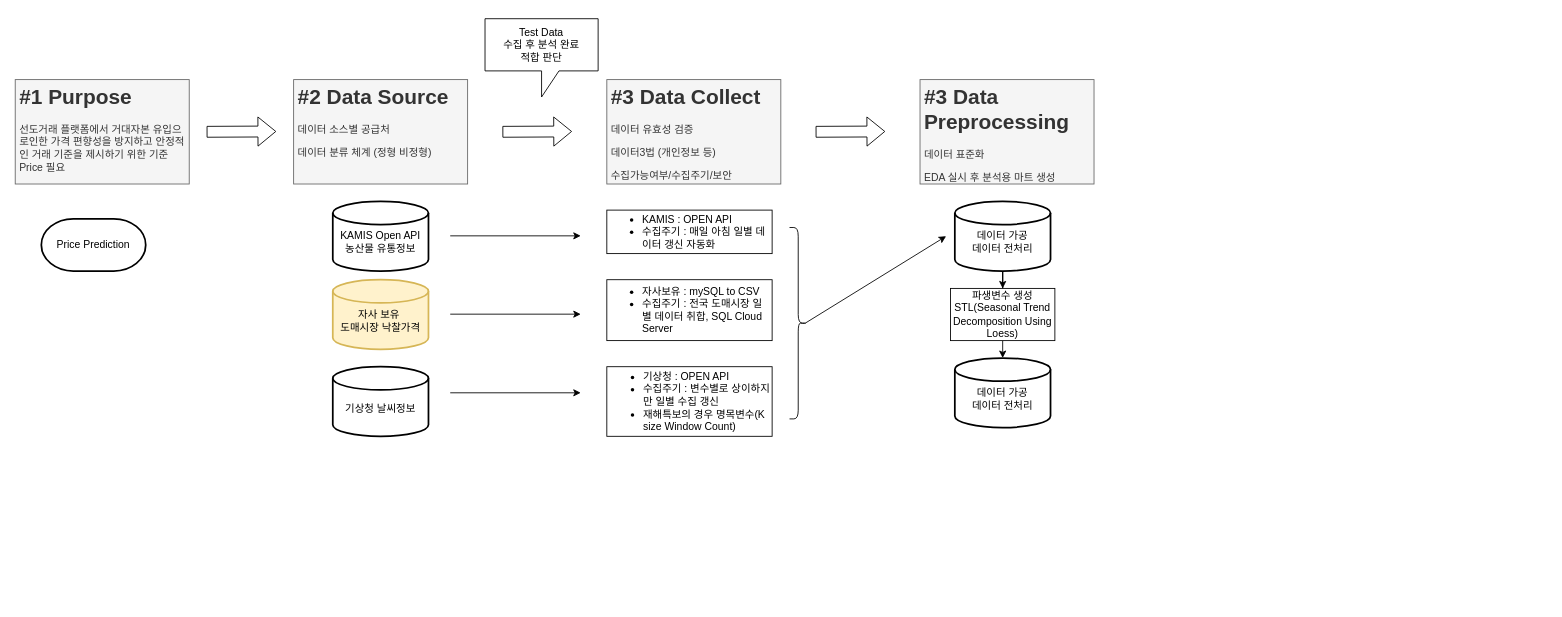
Earlier version of the draw.io diagram Untitled Diagram.drawio (goldpu/Flowchart-collection). Source tidied: cells renumbered, new cells numbered last; positions are measured from the earlier drawing's top-left corner, leaving out a move shared by most shapes. Both pictures are drawn from the tidied source at 87%, with x=0, y=0 at pixel (15, 18).
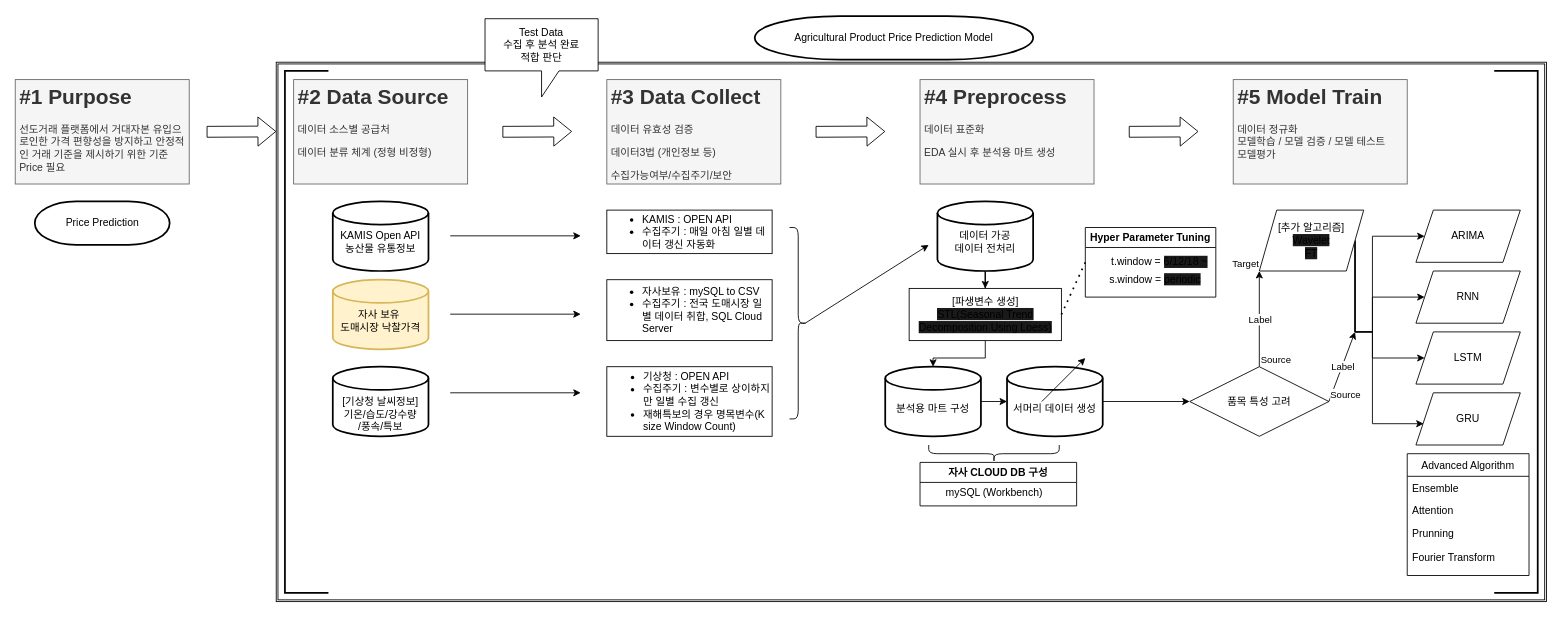
After the change.

The change refers to these unchanged cells:
```xml
<mxCell id="22" style="shape=curlyBracket;whiteSpace=wrap;html=1;rounded=1;flipH=1;" parent="1" vertex="1">
  <mxGeometry x="890" y="240" width="20" height="220" as="geometry" />
</mxCell>
```

Diff of the diagram source:
```diff
@@
+    <mxCell id="27" style="shape=ext;double=1;rounded=0;whiteSpace=wrap;html=1;" parent="1" vertex="1">
+      <mxGeometry x="300" y="50" width="1460" height="620" as="geometry" />
+    </mxCell>
-    <mxCell id="2" value="Price Prediction" style="strokeWidth=2;html=1;shape=mxgraph.flowchart.terminator;whiteSpace=wrap;" parent="1" vertex="1">
-      <mxGeometry x="30" y="230" width="120" height="60" as="geometry" />
+    <mxCell id="2" value="Agricultural Product Price Prediction Model" style="strokeWidth=2;html=1;shape=mxgraph.flowchart.terminator;whiteSpace=wrap;" parent="1" vertex="1">
+      <mxGeometry x="850" y="-3" width="320" height="50" as="geometry" />
     </mxCell>
@@
-    <mxCell id="10" value="&lt;br&gt;기상청 날씨정보" style="strokeWidth=2;html=1;shape=mxgraph.flowchart.database;whiteSpace=wrap;" parent="1" vertex="1">
+    <mxCell id="10" value="&lt;br&gt;&lt;br&gt;[기상청 날씨정보]&lt;br&gt;기온/습도/강수량&lt;br&gt;/풍속/특보" style="strokeWidth=2;html=1;shape=mxgraph.flowchart.database;whiteSpace=wrap;" parent="1" vertex="1">
       <mxGeometry x="365" y="400" width="110" height="80" as="geometry" />
     </mxCell>
@@
-    <mxCell id="18" value="&lt;h1&gt;#3 Data Preprocessing&lt;/h1&gt;&lt;p&gt;데이터 표준화&lt;/p&gt;&lt;p&gt;&lt;span&gt;EDA 실시 후 분석용 마트 생성&lt;/span&gt;&lt;/p&gt;" style="text;html=1;strokeColor=#666666;fillColor=#f5f5f5;spacing=5;spacingTop=-20;whiteSpace=wrap;overflow=hidden;rounded=0;fontColor=#333333;" parent="1" vertex="1">
+    <mxCell id="18" value="&lt;h1&gt;#4 Preprocess&lt;/h1&gt;&lt;p&gt;데이터 표준화&lt;/p&gt;&lt;p&gt;&lt;span&gt;EDA 실시 후 분석용 마트 생성&lt;/span&gt;&lt;/p&gt;" style="text;html=1;strokeColor=#666666;fillColor=#f5f5f5;spacing=5;spacingTop=-20;whiteSpace=wrap;overflow=hidden;rounded=0;fontColor=#333333;" parent="1" vertex="1">
       <mxGeometry x="1040" y="70" width="200" height="120" as="geometry" />
     </mxCell>
@@
     <mxCell id="21" value="&lt;br&gt;데이터 가공&lt;br&gt;데이터 전처리" style="strokeWidth=2;html=1;shape=mxgraph.flowchart.database;whiteSpace=wrap;" parent="1" vertex="1">
-      <mxGeometry x="1080" y="210" width="110" height="80" as="geometry" />
+      <mxGeometry x="1060" y="210" width="110" height="80" as="geometry" />
     </mxCell>
@@
     <mxCell id="23" style="endArrow=classic;html=1;exitX=0.1;exitY=0.5;exitDx=0;exitDy=0;exitPerimeter=0;" parent="1" edge="1" source="22">
       <mxGeometry relative="1" as="geometry">
-        <mxPoint x="1070" y="250" as="targetPoint" />
+        <mxPoint x="1050" y="260" as="targetPoint" />
       </mxGeometry>
     </mxCell>
@@
-    <mxCell id="25" value="파생변수 생성&lt;br&gt;STL(Seasonal Trend Decomposition Using Loess)" style="rounded=0;whiteSpace=wrap;html=1;" parent="1" vertex="1">
-      <mxGeometry x="1075" y="310" width="120" height="60" as="geometry" />
+    <mxCell id="25" value="[파생변수 생성]&lt;br&gt;&lt;span style=&quot;background-color: rgb(26 , 26 , 26)&quot;&gt;STL(Seasonal Trend Decomposition Using Loess)&lt;/span&gt;" style="rounded=0;whiteSpace=wrap;html=1;" parent="1" vertex="1">
+      <mxGeometry x="1027.5" y="310" width="175" height="60" as="geometry" />
     </mxCell>
+    <mxCell id="28" style="edgeStyle=orthogonalEdgeStyle;rounded=0;jettySize=auto;html=1;exitX=1;exitY=0.5;exitDx=0;exitDy=0;exitPerimeter=0;entryX=0;entryY=0.5;entryDx=0;entryDy=0;entryPerimeter=0;" parent="1" edge="1" source="26" target="29">
+      <mxGeometry relative="1" as="geometry" />
+    </mxCell>
-    <mxCell id="26" value="&lt;br&gt;데이터 가공&lt;br&gt;데이터 전처리" style="strokeWidth=2;html=1;shape=mxgraph.flowchart.database;whiteSpace=wrap;" parent="1" vertex="1">
-      <mxGeometry x="1080" y="390" width="110" height="80" as="geometry" />
+    <mxCell id="26" value="&lt;br&gt;분석용 마트 구성" style="strokeWidth=2;html=1;shape=mxgraph.flowchart.database;whiteSpace=wrap;" parent="1" vertex="1">
+      <mxGeometry x="1000" y="400" width="110" height="80" as="geometry" />
     </mxCell>
+    <mxCell id="29" value="&lt;br&gt;서머리 데이터 생성" style="strokeWidth=2;html=1;shape=mxgraph.flowchart.database;whiteSpace=wrap;" parent="1" vertex="1">
+      <mxGeometry x="1140" y="400" width="110" height="80" as="geometry" />
+    </mxCell>
+    <mxCell id="30" style="shape=curlyBracket;whiteSpace=wrap;html=1;rounded=1;flipH=1;rotation=90;" parent="1" vertex="1">
+      <mxGeometry x="1115" y="425" width="20" height="150" as="geometry" />
+    </mxCell>
+    <mxCell id="31" style="shape=flexArrow;endArrow=classic;html=1;width=12.5;endSize=6.5;" parent="1" edge="1">
+      <mxGeometry relative="1" as="geometry">
+        <mxPoint x="1280" y="130" as="sourcePoint" />
+        <mxPoint x="1360" y="129.6" as="targetPoint" />
+      </mxGeometry>
+    </mxCell>
+    <mxCell id="32" value="&lt;h1&gt;#5 Model Train&lt;/h1&gt;&lt;div&gt;데이터 정규화&lt;/div&gt;&lt;div&gt;모델학습 / 모델 검증 / 모델 테스트&lt;/div&gt;&lt;div&gt;모델평가&amp;nbsp;&lt;/div&gt;" style="text;html=1;strokeColor=#666666;fillColor=#f5f5f5;spacing=5;spacingTop=-20;whiteSpace=wrap;overflow=hidden;rounded=0;fontColor=#333333;" parent="1" vertex="1">
+      <mxGeometry x="1400" y="70" width="200" height="120" as="geometry" />
+    </mxCell>
+    <mxCell id="33" value="Hyper Parameter Tuning" style="swimlane;" parent="1" vertex="1">
+      <mxGeometry x="1230" y="240" width="150" height="80" as="geometry" />
+    </mxCell>
+    <mxCell id="34" value="t.window = &lt;span style=&quot;background-color: rgb(26 , 26 , 26)&quot;&gt;6/12/18 ~&lt;/span&gt;" style="text;html=1;align=center;verticalAlign=middle;strokeColor=none;" parent="33" vertex="1">
+      <mxGeometry x="20" y="30" width="130" height="20" as="geometry" />
+    </mxCell>
+    <mxCell id="35" value="s.window = &lt;span style=&quot;background-color: rgb(26 , 26 , 26)&quot;&gt;periodic&lt;/span&gt;" style="text;html=1;align=center;verticalAlign=middle;strokeColor=none;" parent="33" vertex="1">
+      <mxGeometry x="20" y="50" width="120" height="20" as="geometry" />
+    </mxCell>
+    <mxCell id="36" style="endArrow=none;dashed=1;html=1;dashPattern=1 3;strokeWidth=2;entryX=0;entryY=0.5;entryDx=0;entryDy=0;exitX=1;exitY=0.5;exitDx=0;exitDy=0;" parent="1" edge="1" source="25" target="33">
+      <mxGeometry relative="1" as="geometry" />
+    </mxCell>
+    <mxCell id="37" value="자사 CLOUD DB 구성" style="swimlane;" parent="1" vertex="1">
+      <mxGeometry x="1040" y="510" width="180" height="50" as="geometry" />
+    </mxCell>
+    <mxCell id="38" value="mySQL (Workbench)" style="text;html=1;align=center;verticalAlign=middle;strokeColor=none;" parent="37" vertex="1">
+      <mxGeometry x="20" y="25" width="130" height="20" as="geometry" />
+    </mxCell>
+    <mxCell id="39" value="ARIMA" style="shape=parallelogram;perimeter=parallelogramPerimeter;whiteSpace=wrap;html=1;fixedSize=1;" parent="1" vertex="1">
+      <mxGeometry x="1610" y="220" width="120" height="60" as="geometry" />
+    </mxCell>
+    <mxCell id="40" value="RNN" style="shape=parallelogram;perimeter=parallelogramPerimeter;whiteSpace=wrap;html=1;fixedSize=1;" parent="1" vertex="1">
+      <mxGeometry x="1610" y="290" width="120" height="60" as="geometry" />
+    </mxCell>
+    <mxCell id="41" value="LSTM" style="shape=parallelogram;perimeter=parallelogramPerimeter;whiteSpace=wrap;html=1;fixedSize=1;" parent="1" vertex="1">
+      <mxGeometry x="1610" y="360" width="120" height="60" as="geometry" />
+    </mxCell>
+    <mxCell id="42" value="GRU" style="shape=parallelogram;perimeter=parallelogramPerimeter;whiteSpace=wrap;html=1;fixedSize=1;" parent="1" vertex="1">
+      <mxGeometry x="1610" y="430" width="120" height="60" as="geometry" />
+    </mxCell>
+    <mxCell id="43" style="edgeStyle=orthogonalEdgeStyle;rounded=0;jettySize=auto;html=1;exitX=1;exitY=0.5;exitDx=0;exitDy=0;" parent="1" edge="1" source="47" target="39">
+      <mxGeometry relative="1" as="geometry">
+        <Array as="points">
+          <mxPoint x="1540" y="360" />
+          <mxPoint x="1560" y="360" />
+          <mxPoint x="1560" y="250" />
+        </Array>
+      </mxGeometry>
+    </mxCell>
+    <mxCell id="44" style="edgeStyle=orthogonalEdgeStyle;rounded=0;jettySize=auto;html=1;exitX=1;exitY=0.5;exitDx=0;exitDy=0;entryX=0;entryY=0.5;entryDx=0;entryDy=0;" parent="1" edge="1" source="47" target="40">
+      <mxGeometry relative="1" as="geometry">
+        <Array as="points">
+          <mxPoint x="1540" y="360" />
+          <mxPoint x="1560" y="360" />
+          <mxPoint x="1560" y="320" />
+        </Array>
+      </mxGeometry>
+    </mxCell>
+    <mxCell id="45" style="edgeStyle=orthogonalEdgeStyle;rounded=0;jettySize=auto;html=1;exitX=1;exitY=0.5;exitDx=0;exitDy=0;entryX=0;entryY=0.5;entryDx=0;entryDy=0;" parent="1" edge="1" source="47" target="41">
+      <mxGeometry relative="1" as="geometry">
+        <Array as="points">
+          <mxPoint x="1540" y="360" />
+          <mxPoint x="1560" y="360" />
+          <mxPoint x="1560" y="390" />
+        </Array>
+      </mxGeometry>
+    </mxCell>
+    <mxCell id="46" style="edgeStyle=orthogonalEdgeStyle;rounded=0;jettySize=auto;html=1;exitX=1;exitY=0.5;exitDx=0;exitDy=0;entryX=0.074;entryY=0.592;entryDx=0;entryDy=0;entryPerimeter=0;" parent="1" edge="1" source="47" target="42">
+      <mxGeometry relative="1" as="geometry">
+        <Array as="points">
+          <mxPoint x="1540" y="360" />
+          <mxPoint x="1560" y="360" />
+          <mxPoint x="1560" y="466" />
+        </Array>
+      </mxGeometry>
+    </mxCell>
+    <mxCell id="47" value="[추가 알고리즘]&lt;br&gt;&lt;span style=&quot;background-color: rgb(26 , 26 , 26)&quot;&gt;Wavelet&lt;br&gt;FT&lt;/span&gt;" style="shape=parallelogram;perimeter=parallelogramPerimeter;whiteSpace=wrap;html=1;fixedSize=1;" parent="1" vertex="1">
+      <mxGeometry x="1430" y="220" width="120" height="70" as="geometry" />
+    </mxCell>
+    <mxCell id="48" value="품목 특성 고려" style="rhombus;whiteSpace=wrap;html=1;" parent="1" vertex="1">
+      <mxGeometry x="1350" y="400" width="160" height="80" as="geometry" />
+    </mxCell>
+    <mxCell id="49" style="endArrow=classic;html=1;entryX=0;entryY=0.5;entryDx=0;entryDy=0;entryPerimeter=0;exitX=1;exitY=0.5;exitDx=0;exitDy=0;exitPerimeter=0;" parent="1" edge="1" source="29" target="48">
+      <mxGeometry relative="1" as="geometry" />
+    </mxCell>
+    <mxCell id="50" style="endArrow=classic;html=1;" parent="1" edge="1">
+      <mxGeometry relative="1" as="geometry">
+        <mxPoint x="1180" y="440" as="sourcePoint" />
+        <mxPoint x="1230" y="390" as="targetPoint" />
+      </mxGeometry>
+    </mxCell>
+    <mxCell id="51" style="endArrow=classic;html=1;exitX=0.5;exitY=0;exitDx=0;exitDy=0;" parent="1" edge="1" source="48">
+      <mxGeometry relative="1" as="geometry">
+        <mxPoint x="1430" y="290" as="targetPoint" />
+      </mxGeometry>
+    </mxCell>
+    <mxCell id="52" value="Label" style="edgeLabel;html=1;align=center;verticalAlign=middle;" parent="51" vertex="1">
+      <mxGeometry relative="1" as="geometry" />
+    </mxCell>
+    <mxCell id="53" value="Source" style="edgeLabel;html=1;align=left;verticalAlign=bottom;" parent="51" vertex="1">
+      <mxGeometry x="-1" relative="1" as="geometry" />
+    </mxCell>
+    <mxCell id="54" value="Target" style="edgeLabel;html=1;align=right;verticalAlign=bottom;" parent="51" vertex="1">
+      <mxGeometry x="1" relative="1" as="geometry" />
+    </mxCell>
+    <mxCell id="55" style="endArrow=classic;html=1;exitX=1;exitY=0.5;exitDx=0;exitDy=0;" parent="1" edge="1" source="48">
+      <mxGeometry relative="1" as="geometry">
+        <mxPoint x="1540" y="360" as="targetPoint" />
+      </mxGeometry>
+    </mxCell>
+    <mxCell id="56" value="Label" style="edgeLabel;html=1;align=center;verticalAlign=middle;" parent="55" vertex="1">
+      <mxGeometry relative="1" as="geometry" />
+    </mxCell>
+    <mxCell id="57" value="Source" style="edgeLabel;html=1;align=left;verticalAlign=bottom;" parent="55" vertex="1">
+      <mxGeometry x="-1" relative="1" as="geometry" />
+    </mxCell>
+    <mxCell id="58" value="Advanced Algorithm" style="swimlane;fontStyle=0;horizontal=1;startSize=26;" parent="1" vertex="1">
+      <mxGeometry x="1600" y="500" width="140" height="140" as="geometry" />
+    </mxCell>
+    <mxCell id="59" value="Ensemble" style="text;strokeColor=none;fillColor=none;align=left;verticalAlign=top;spacingLeft=4;spacingRight=4;overflow=hidden;" parent="58" vertex="1">
+      <mxGeometry y="26" width="140" height="26" as="geometry" />
+    </mxCell>
+    <mxCell id="60" value="Attention" style="text;strokeColor=none;fillColor=none;align=left;verticalAlign=top;spacingLeft=4;spacingRight=4;overflow=hidden;" parent="58" vertex="1">
+      <mxGeometry y="52" width="140" height="26" as="geometry" />
+    </mxCell>
+    <mxCell id="61" value="Prunning &#10;&#10;Fourier Transform&#10;&#10;" style="text;strokeColor=none;fillColor=none;align=left;verticalAlign=top;spacingLeft=4;spacingRight=4;overflow=hidden;" parent="58" vertex="1">
+      <mxGeometry y="78" width="140" height="62" as="geometry" />
+    </mxCell>
+    <mxCell id="62" style="strokeWidth=2;html=1;shape=mxgraph.flowchart.annotation_1;align=left;" parent="1" vertex="1">
+      <mxGeometry x="310" y="60" width="50" height="600" as="geometry" />
+    </mxCell>
+    <mxCell id="63" style="strokeWidth=2;html=1;shape=mxgraph.flowchart.annotation_1;align=left;rotation=-180;" parent="1" vertex="1">
+      <mxGeometry x="1700" y="60" width="50" height="600" as="geometry" />
+    </mxCell>
+    <mxCell id="64" value="Price Prediction" style="strokeWidth=2;html=1;shape=mxgraph.flowchart.terminator;whiteSpace=wrap;" parent="1" vertex="1">
+      <mxGeometry x="22.5" y="210" width="155" height="50" as="geometry" />
+    </mxCell>
```
